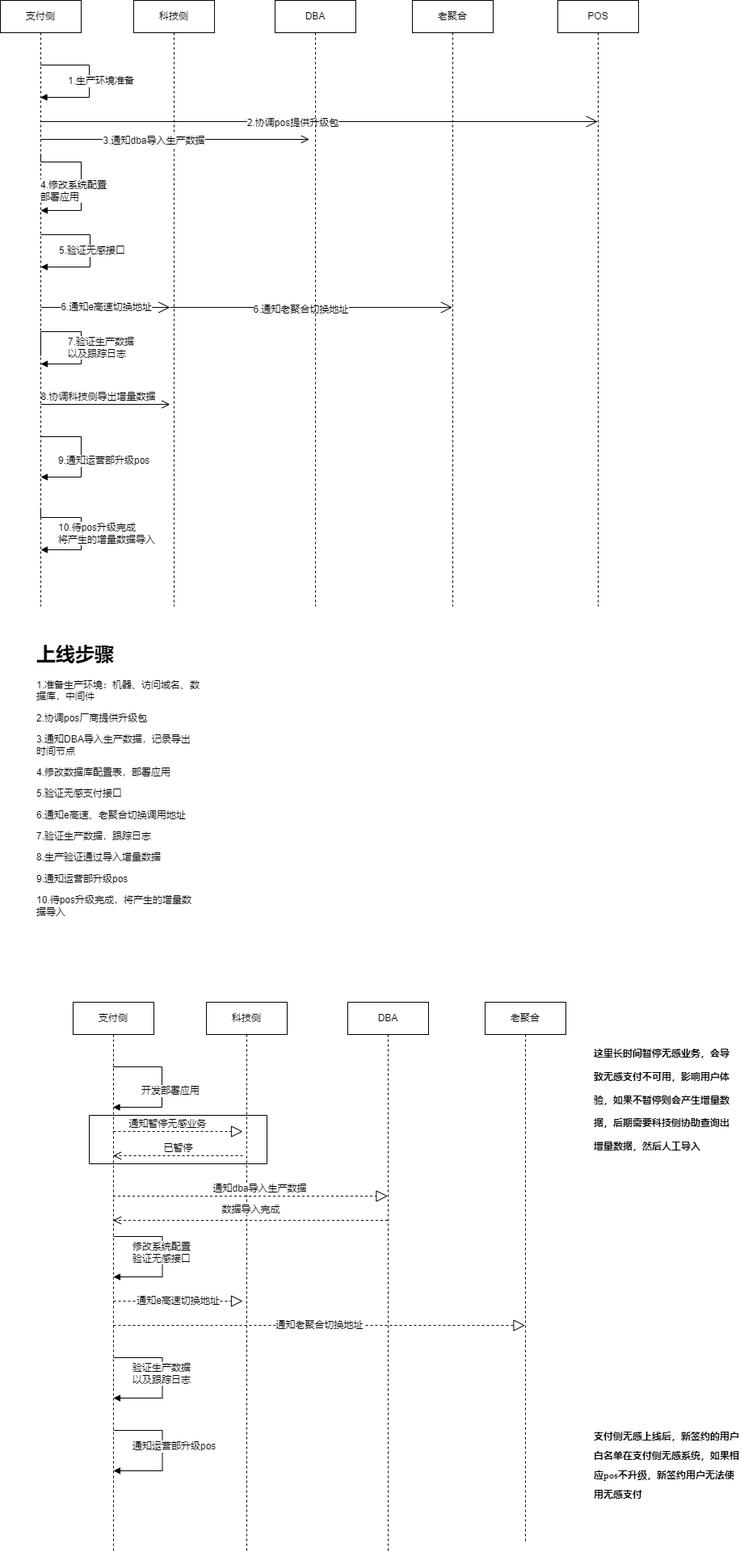
Above: 无感支付上线.png in songyibo2019/mydiagrams (draw.io), before the change. Source tidied: cells renumbered, new cells last; positions are measured from the earlier drawing's top-left corner, leaving out a move shared by most shapes.
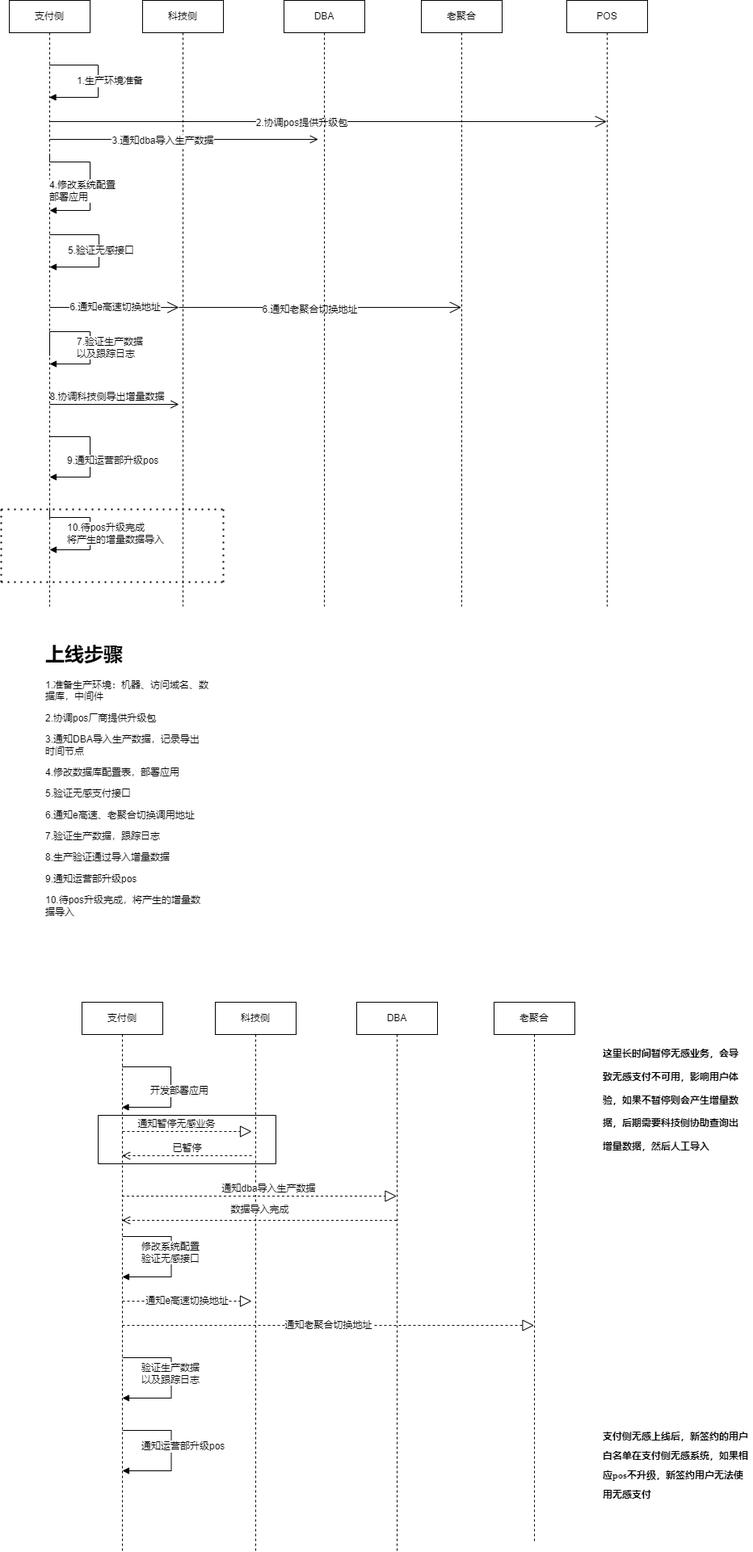
The same diagram one commit later.

Commit message:
Update 无感支付上线.png

The edit, as a diff of the source:
```diff
@@ -239,5 +239,29 @@
     <mxCell id="42" value="&lt;span style=&quot;font-size: 12px&quot;&gt;3.通知dba导入生产数据&lt;/span&gt;" style="edgeLabel;html=1;align=center;verticalAlign=middle;" parent="41" vertex="1">
       <mxGeometry x="-0.16" y="-1" relative="1" as="geometry" />
     </mxCell>
+    <mxCell id="43" style="endArrow=none;dashed=1;html=1;dashPattern=1 3;strokeWidth=2;rounded=0;" parent="1" edge="1">
+      <mxGeometry relative="1" as="geometry">
+        <mxPoint x="-10" y="720" as="sourcePoint" />
+        <mxPoint x="-10" y="630" as="targetPoint" />
+      </mxGeometry>
+    </mxCell>
+    <mxCell id="44" style="endArrow=none;dashed=1;html=1;dashPattern=1 3;strokeWidth=2;rounded=0;" parent="1" edge="1">
+      <mxGeometry relative="1" as="geometry">
+        <mxPoint x="-10" y="720" as="sourcePoint" />
+        <mxPoint x="270" y="720" as="targetPoint" />
+      </mxGeometry>
+    </mxCell>
+    <mxCell id="45" style="endArrow=none;dashed=1;html=1;dashPattern=1 3;strokeWidth=2;rounded=0;" parent="1" edge="1">
+      <mxGeometry relative="1" as="geometry">
+        <mxPoint x="-10" y="630" as="sourcePoint" />
+        <mxPoint x="270" y="630" as="targetPoint" />
+      </mxGeometry>
+    </mxCell>
+    <mxCell id="46" style="endArrow=none;dashed=1;html=1;dashPattern=1 3;strokeWidth=2;rounded=0;" parent="1" edge="1">
+      <mxGeometry relative="1" as="geometry">
+        <mxPoint x="265" y="720" as="sourcePoint" />
+        <mxPoint x="265" y="630" as="targetPoint" />
+      </mxGeometry>
+    </mxCell>
   </root>
 </mxGraphModel>
```
